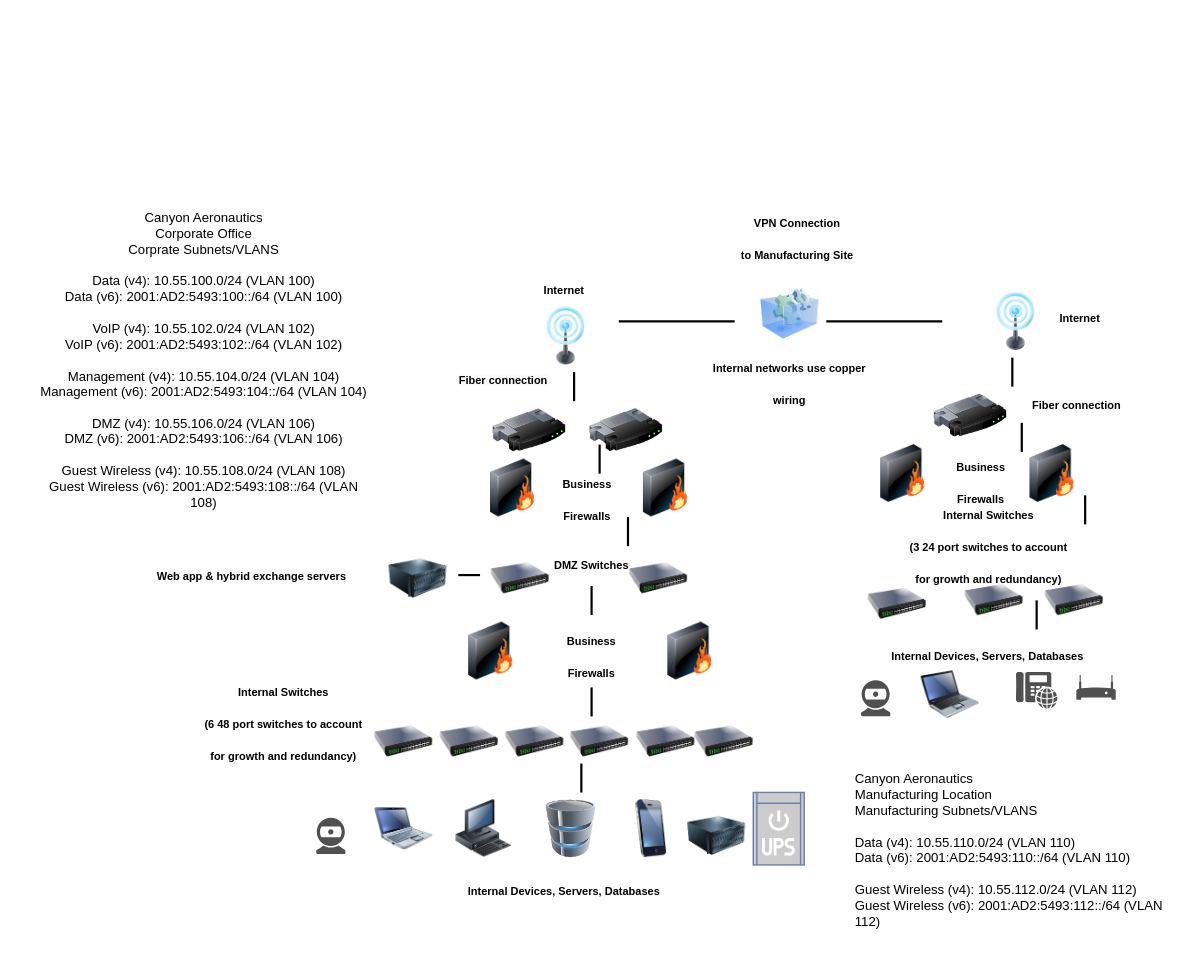
Above: netdiagrams/Untitled Diagram.drawio in cyberqueenmeg/itt-116 (draw.io), before the change. Source tidied: cells renumbered, new cells numbered last; positions are measured from the earlier drawing's top-left corner, leaving out a move shared by most shapes. Both pictures are drawn from the tidied source at 110%, with x=0, y=0 at pixel (33, 186).
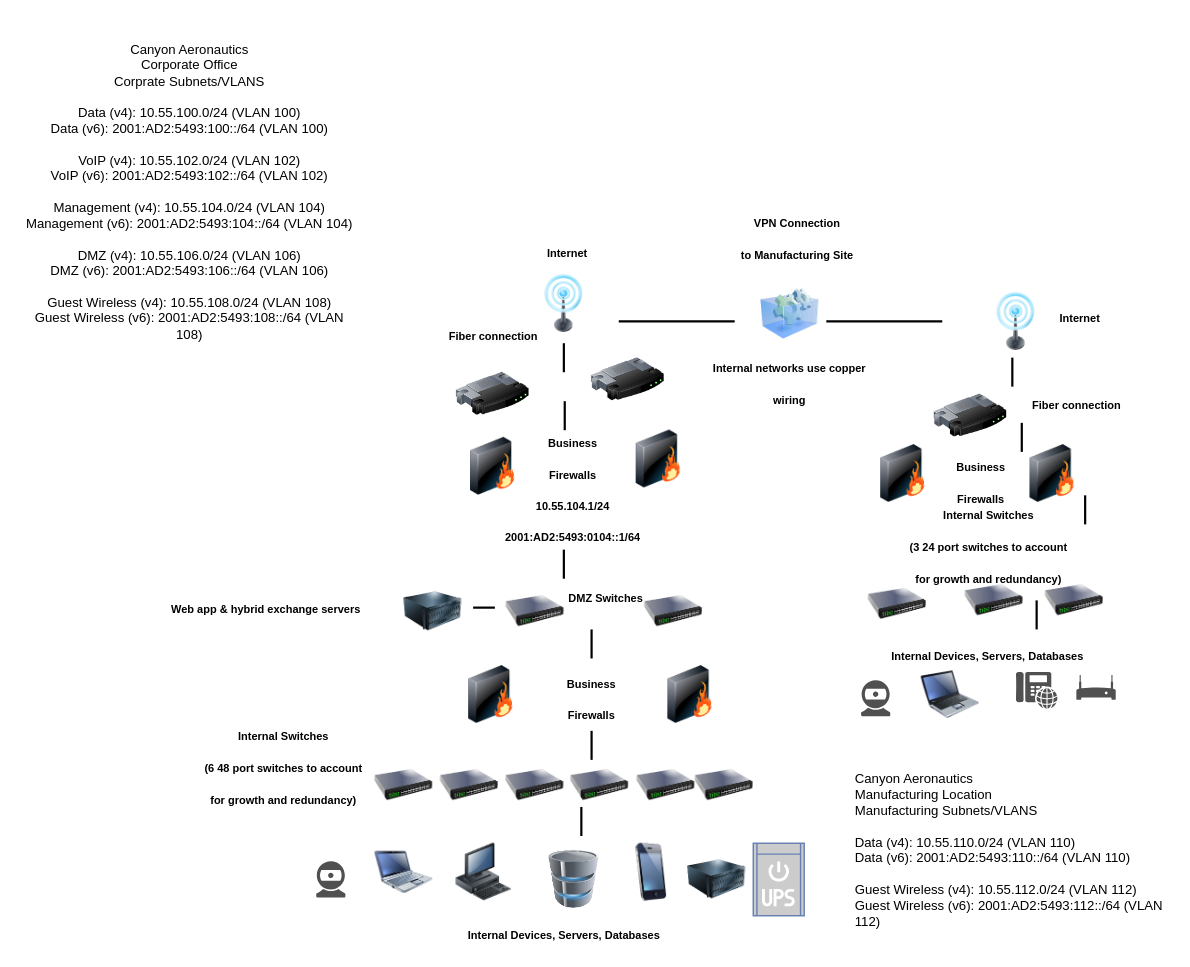
The same diagram, later.

The edit, as a diff of the source:
```diff
@@
     <mxCell id="2" value="Canyon Aeronautics&lt;br&gt;Corporate Office&lt;br&gt;Corprate Subnets/VLANS&lt;br&gt;&lt;br&gt;Data (v4): 10.55.100.0/24 (VLAN 100)&lt;br&gt;Data (v6): 2001:AD2:5493:100::/64 (VLAN 100)&lt;br&gt;&lt;br&gt;VoIP (v4): 10.55.102.0/24 (VLAN 102)&lt;br style=&quot;border-color: var(--border-color);&quot;&gt;VoIP (v6): 2001:AD2:5493:102::/64 (VLAN 102)&lt;br&gt;&lt;br&gt;Management (v4): 10.55.104.0/24 (VLAN 104)&lt;br style=&quot;border-color: var(--border-color);&quot;&gt;Management (v6): 2001:AD2:5493:104::/64 (VLAN 104)&lt;br&gt;&lt;br&gt;DMZ (v4): 10.55.106.0/24 (VLAN 106)&lt;br style=&quot;border-color: var(--border-color);&quot;&gt;DMZ (v6): 2001:AD2:5493:106::/64 (VLAN 106)&lt;br&gt;&lt;br&gt;Guest Wireless (v4): 10.55.108.0/24 (VLAN 108)&lt;br style=&quot;border-color: var(--border-color);&quot;&gt;Guest Wireless (v6): 2001:AD2:5493:108::/64 (VLAN 108)" style="text;strokeColor=none;align=center;fillColor=none;html=1;verticalAlign=middle;whiteSpace=wrap;rounded=0;" parent="1" vertex="1">
-      <mxGeometry width="310" height="315" as="geometry" />
+      <mxGeometry x="-13" y="-152.8" width="310" height="315" as="geometry" />
     </mxCell>
@@
     <mxCell id="5" value="&lt;font style=&quot;font-size: 10px;&quot;&gt;Internet&lt;/font&gt;" style="text;strokeColor=none;fillColor=none;html=1;fontSize=24;fontStyle=1;verticalAlign=middle;align=center;" parent="1" vertex="1">
-      <mxGeometry x="449" y="76.6" width="66.2" height="26.4" as="geometry" />
+      <mxGeometry x="451.7" y="43.6" width="66.2" height="26.4" as="geometry" />
     </mxCell>
@@
     <mxCell id="7" value="&lt;font style=&quot;font-size: 10px;&quot;&gt;Internal Devices, Servers, Databases&lt;/font&gt;" style="text;strokeColor=none;fillColor=none;html=1;fontSize=24;fontStyle=1;verticalAlign=middle;align=center;" parent="1" vertex="1">
-      <mxGeometry x="449" y="623.4" width="66.2" height="26.4" as="geometry" />
+      <mxGeometry x="449" y="664" width="66.2" height="26.4" as="geometry" />
     </mxCell>
@@
     <mxCell id="10" style="image;html=1;image=img/lib/clip_art/networking/Router_128x128.png;" parent="1" vertex="1">
-      <mxGeometry x="504" y="201.8" width="69.5" height="39.5" as="geometry" />
+      <mxGeometry x="505.6" y="155.6" width="69.5" height="39.5" as="geometry" />
     </mxCell>
     <mxCell id="11" style="image;html=1;image=img/lib/clip_art/networking/Switch_128x128.png;" parent="1" vertex="1">
-      <mxGeometry x="488.1" y="478.5" width="53" height="52.7" as="geometry" />
+      <mxGeometry x="488.1" y="518" width="53" height="52.7" as="geometry" />
     </mxCell>
     <mxCell id="12" style="image;html=1;image=img/lib/clip_art/networking/Switch_128x128.png;" parent="1" vertex="1">
-      <mxGeometry x="601.3" y="478.5" width="53" height="52.7" as="geometry" />
+      <mxGeometry x="601.3" y="518" width="53" height="52.7" as="geometry" />
     </mxCell>
     <mxCell id="13" style="image;html=1;image=img/lib/clip_art/networking/Switch_128x128.png;" parent="1" vertex="1">
-      <mxGeometry x="415.9" y="333.5" width="53" height="46.1" as="geometry" />
+      <mxGeometry x="429.4" y="363.2" width="53" height="46.1" as="geometry" />
     </mxCell>
     <mxCell id="14" style="image;html=1;image=img/lib/clip_art/telecommunication/Signal_tower_on_128x128.png;" parent="1" vertex="1">
-      <mxGeometry x="457.6" y="109.5" width="53" height="52.7" as="geometry" />
+      <mxGeometry x="455.6" y="80" width="53" height="52.7" as="geometry" />
     </mxCell>
     <mxCell id="15" style="image;html=1;image=img/lib/clip_art/networking/Firewall_128x128.png;" parent="1" vertex="1">
-      <mxGeometry x="409.3" y="247.9" width="53" height="52.7" as="geometry" />
+      <mxGeometry x="391.1" y="228.1" width="53" height="52.7" as="geometry" />
     </mxCell>
     <mxCell id="16" style="image;html=1;image=img/lib/clip_art/networking/Switch_128x128.png;" parent="1" vertex="1">
-      <mxGeometry x="548.3" y="478.5" width="53" height="52.7" as="geometry" />
+      <mxGeometry x="548.3" y="518" width="53" height="52.7" as="geometry" />
     </mxCell>
     <mxCell id="17" style="image;html=1;image=img/lib/clip_art/networking/Firewall_128x128.png;" parent="1" vertex="1">
-      <mxGeometry x="389.4" y="396.1" width="53" height="52.7" as="geometry" />
+      <mxGeometry x="389.4" y="435.6" width="53" height="52.7" as="geometry" />
     </mxCell>
     <mxCell id="18" style="image;html=1;image=img/lib/clip_art/computers/Server_128x128.png;" parent="1" vertex="1">
-      <mxGeometry x="323.2" y="330.2" width="53" height="52.7" as="geometry" />
+      <mxGeometry x="336.7" y="359.9" width="53" height="52.7" as="geometry" />
     </mxCell>
@@
     <mxCell id="20" style="image;html=1;image=img/lib/clip_art/computers/Netbook_128x128.png;" parent="1" vertex="1">
-      <mxGeometry x="310" y="557.5" width="53" height="52.7" as="geometry" />
+      <mxGeometry x="310" y="597.1" width="53" height="52.7" as="geometry" />
     </mxCell>
     <mxCell id="21" style="image;html=1;image=img/lib/clip_art/computers/Workstation_128x128.png;" parent="1" vertex="1">
-      <mxGeometry x="382.8" y="557.5" width="53" height="52.7" as="geometry" />
+      <mxGeometry x="382.8" y="597.1" width="53" height="52.7" as="geometry" />
     </mxCell>
     <mxCell id="22" style="image;html=1;image=img/lib/clip_art/computers/Database_128x128.png;" parent="1" vertex="1">
-      <mxGeometry x="462.3" y="557.5" width="53" height="52.7" as="geometry" />
+      <mxGeometry x="464.9" y="603.6" width="53" height="52.7" as="geometry" />
     </mxCell>
     <mxCell id="23" style="image;html=1;image=img/lib/clip_art/telecommunication/iPhone_128x128.png;" parent="1" vertex="1">
-      <mxGeometry x="535.1" y="557.5" width="53" height="52.7" as="geometry" />
+      <mxGeometry x="535.1" y="597.1" width="53" height="52.7" as="geometry" />
     </mxCell>
     <mxCell id="24" style="image;html=1;image=img/lib/clip_art/computers/Server_128x128.png;" parent="1" vertex="1">
-      <mxGeometry x="594.7" y="564.1" width="53" height="52.7" as="geometry" />
+      <mxGeometry x="594.7" y="603.6" width="53" height="52.7" as="geometry" />
     </mxCell>
     <mxCell id="25" style="image;html=1;image=img/lib/clip_art/networking/Switch_128x128.png;" parent="1" vertex="1">
-      <mxGeometry x="541.7" y="330.2" width="53" height="52.7" as="geometry" />
+      <mxGeometry x="555.2" y="359.9" width="53" height="52.7" as="geometry" />
     </mxCell>
     <mxCell id="26" style="image;html=1;image=img/lib/clip_art/networking/Firewall_128x128.png;" parent="1" vertex="1">
-      <mxGeometry x="548.3" y="247.9" width="53" height="52.7" as="geometry" />
+      <mxGeometry x="541.7" y="221.5" width="53" height="52.7" as="geometry" />
     </mxCell>
     <mxCell id="27" style="image;html=1;image=img/lib/clip_art/networking/Firewall_128x128.png;" parent="1" vertex="1">
-      <mxGeometry x="570.5" y="396.1" width="53" height="52.7" as="geometry" />
+      <mxGeometry x="570.5" y="435.6" width="53" height="52.7" as="geometry" />
     </mxCell>
@@
     <mxCell id="29" value="&lt;font style=&quot;font-size: 10px;&quot;&gt;Business &lt;br&gt;Firewalls&lt;/font&gt;" style="text;strokeColor=none;fillColor=none;html=1;fontSize=24;fontStyle=1;verticalAlign=middle;align=center;" parent="1" vertex="1">
-      <mxGeometry x="473.5" y="409.3" width="67.5" height="26.4" as="geometry" />
+      <mxGeometry x="473.5" y="448.8" width="67.5" height="26.4" as="geometry" />
     </mxCell>
     <mxCell id="30" value="&lt;font style=&quot;font-size: 10px;&quot;&gt;DMZ Switches&lt;/font&gt;" style="text;strokeColor=none;fillColor=none;html=1;fontSize=24;fontStyle=1;verticalAlign=middle;align=center;" parent="1" vertex="1">
-      <mxGeometry x="473.5" y="326.9" width="66.2" height="26.4" as="geometry" />
+      <mxGeometry x="487" y="356.6" width="66.2" height="26.4" as="geometry" />
     </mxCell>
     <mxCell id="31" value="&lt;font style=&quot;font-size: 10px;&quot;&gt;Internal Switches &lt;br&gt;(6 48 port switches to account &lt;br&gt;for growth and redundancy)&lt;/font&gt;" style="text;strokeColor=none;fillColor=none;html=1;fontSize=24;fontStyle=1;verticalAlign=middle;align=center;" parent="1" vertex="1">
-      <mxGeometry x="170.9" y="455.4" width="112.6" height="59.3" as="geometry" />
+      <mxGeometry x="170.9" y="494.9" width="112.6" height="59.3" as="geometry" />
     </mxCell>
     <mxCell id="32" value="&lt;font style=&quot;font-size: 10px;&quot;&gt;Web app &amp;amp; hybrid exchange servers&lt;/font&gt;" style="text;strokeColor=none;fillColor=none;html=1;fontSize=24;fontStyle=1;verticalAlign=middle;align=center;" parent="1" vertex="1">
-      <mxGeometry x="197" y="336.8" height="26.4" as="geometry" />
+      <mxGeometry x="210.5" y="366.5" height="26.4" as="geometry" />
     </mxCell>
@@
     <mxCell id="39" style="sketch=0;shadow=0;dashed=0;html=1;strokeColor=none;fillColor=#505050;labelPosition=center;verticalLabelPosition=bottom;verticalAlign=top;align=center;shape=mxgraph.office.devices.webcam;" parent="1" vertex="1">
-      <mxGeometry x="257" y="574" width="26.5" height="32.9" as="geometry" />
+      <mxGeometry x="257" y="613.5" width="26.5" height="32.9" as="geometry" />
     </mxCell>
@@
     <mxCell id="41" style="fontColor=#0066CC;verticalAlign=top;verticalLabelPosition=bottom;labelPosition=center;align=center;html=1;fillColor=#CCCCCC;strokeColor=#6881B3;gradientColor=none;gradientDirection=north;strokeWidth=2;shape=mxgraph.networks.ups_small;" parent="1" vertex="1">
-      <mxGeometry x="654.3" y="550.9" width="46.3" height="65.9" as="geometry" />
+      <mxGeometry x="654.3" y="597.1" width="46.3" height="65.9" as="geometry" />
     </mxCell>
     <mxCell id="42" style="image;html=1;image=img/lib/clip_art/networking/Switch_128x128.png;" parent="1" vertex="1">
-      <mxGeometry x="310" y="478.5" width="53" height="52.7" as="geometry" />
+      <mxGeometry x="310" y="518" width="53" height="52.7" as="geometry" />
     </mxCell>
     <mxCell id="43" style="image;html=1;image=img/lib/clip_art/networking/Switch_128x128.png;" parent="1" vertex="1">
-      <mxGeometry x="429.2" y="478.5" width="53" height="52.7" as="geometry" />
+      <mxGeometry x="429.2" y="518" width="53" height="52.7" as="geometry" />
     </mxCell>
     <mxCell id="44" style="image;html=1;image=img/lib/clip_art/networking/Switch_128x128.png;" parent="1" vertex="1">
-      <mxGeometry x="369.6" y="478.5" width="53" height="52.7" as="geometry" />
+      <mxGeometry x="369.6" y="518" width="53" height="52.7" as="geometry" />
     </mxCell>
@@
     <mxCell id="50" style="line;strokeWidth=2;direction=south;html=1;" parent="1" vertex="1">
-      <mxGeometry x="488.1" y="168.8" width="6.6" height="26.4" as="geometry" />
+      <mxGeometry x="478.8" y="142.5" width="6.6" height="26.4" as="geometry" />
     </mxCell>
@@
     <mxCell id="52" style="line;strokeWidth=2;direction=south;html=1;" parent="1" vertex="1">
-      <mxGeometry x="537.1" y="300.6" width="6.6" height="26.4" as="geometry" />
+      <mxGeometry x="478.8" y="330.2" width="6.6" height="26.4" as="geometry" />
     </mxCell>
     <mxCell id="53" style="line;strokeWidth=2;direction=south;html=1;" parent="1" vertex="1">
-      <mxGeometry x="504" y="363.2" width="6.6" height="26.4" as="geometry" />
+      <mxGeometry x="504" y="402.7" width="6.6" height="26.4" as="geometry" />
     </mxCell>
     <mxCell id="54" style="line;strokeWidth=2;direction=south;html=1;" parent="1" vertex="1">
-      <mxGeometry x="504" y="455.4" width="6.6" height="26.4" as="geometry" />
+      <mxGeometry x="504" y="494.9" width="6.6" height="26.4" as="geometry" />
     </mxCell>
     <mxCell id="55" style="line;strokeWidth=2;direction=south;html=1;" parent="1" vertex="1">
-      <mxGeometry x="494.7" y="524.6" width="6.6" height="26.4" as="geometry" />
+      <mxGeometry x="494.7" y="564.1" width="6.6" height="26.4" as="geometry" />
     </mxCell>
     <mxCell id="56" style="line;strokeWidth=2;direction=south;html=1;rotation=90;" parent="1" vertex="1">
-      <mxGeometry x="377.8" y="343.4" width="36.4" height="19.8" as="geometry" />
+      <mxGeometry x="391.3" y="373" width="36.4" height="19.8" as="geometry" />
     </mxCell>
@@
     <mxCell id="60" style="line;strokeWidth=2;direction=south;html=1;" parent="1" vertex="1">
-      <mxGeometry x="511.3" y="234.7" width="6.6" height="26.4" as="geometry" />
+      <mxGeometry x="479.6" y="195.2" width="6.6" height="26.4" as="geometry" />
     </mxCell>
@@
     <mxCell id="62" style="image;html=1;image=img/lib/clip_art/networking/Router_128x128.png;" parent="1" vertex="1">
-      <mxGeometry x="415.9" y="202" width="69.5" height="39.5" as="geometry" />
+      <mxGeometry x="382.8" y="168.8" width="69.5" height="39.5" as="geometry" />
     </mxCell>
-    <mxCell id="63" value="&lt;font style=&quot;font-size: 10px;&quot;&gt;Business &lt;br&gt;Firewalls&lt;/font&gt;" style="text;strokeColor=none;fillColor=none;html=1;fontSize=24;fontStyle=1;verticalAlign=middle;align=center;" parent="1" vertex="1">
-      <mxGeometry x="469.5" y="267.6" width="67.5" height="26.4" as="geometry" />
+    <mxCell id="63" value="&lt;font style=&quot;font-size: 10px;&quot;&gt;Business &lt;br&gt;Firewalls&lt;br&gt;10.55.104.1/24&lt;br&gt;2001:AD2:5493:0104::1/64&lt;br&gt;&lt;/font&gt;" style="text;strokeColor=none;fillColor=none;html=1;fontSize=24;fontStyle=1;verticalAlign=middle;align=center;" parent="1" vertex="1">
+      <mxGeometry x="470.2" y="241.3" width="40.4" height="61.4" as="geometry" />
     </mxCell>
     <mxCell id="64" value="&lt;span style=&quot;color: rgb(0, 0, 0); font-family: Helvetica; font-size: 10px; font-style: normal; font-variant-ligatures: normal; font-variant-caps: normal; font-weight: 700; letter-spacing: normal; orphans: 2; text-align: center; text-indent: 0px; text-transform: none; widows: 2; word-spacing: 0px; -webkit-text-stroke-width: 0px; background-color: rgb(251, 251, 251); text-decoration-thickness: initial; text-decoration-style: initial; text-decoration-color: initial; float: none; display: inline !important;&quot;&gt;Fiber connection&lt;/span&gt;" style="text;whiteSpace=wrap;html=1;" parent="1" vertex="1">
-      <mxGeometry x="384.7" y="162" width="110" height="40" as="geometry" />
+      <mxGeometry x="376.2" y="122.2" width="110" height="40" as="geometry" />
     </mxCell>
```
